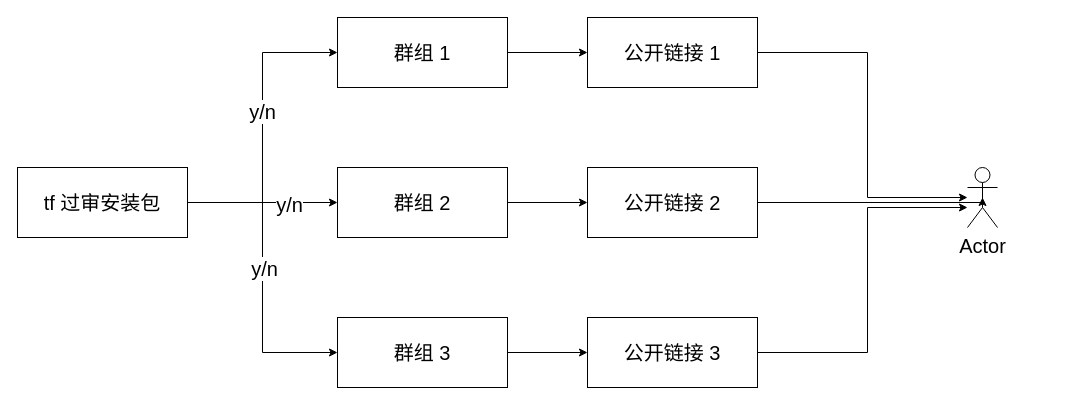
Above: tf.drawio in chutaiyangxiayutian/mone (draw.io), before the change. Source tidied: cells renumbered, new cells numbered last; positions are measured from the earlier drawing's top-left corner, leaving out a move shared by most shapes. Both pictures are drawn from the tidied source at 100%, with x=0, y=0 at pixel (17, 17).
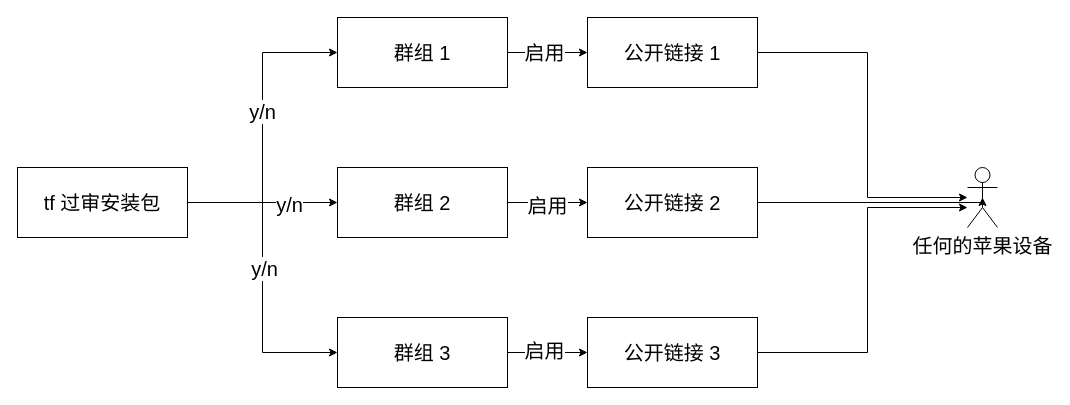
After the change.

The change refers to these unchanged cells:
```xml
<mxCell id="9" style="edgeStyle=orthogonalEdgeStyle;rounded=0;jettySize=auto;html=1;fontSize=20;" parent="1" edge="1" source="10" target="16">
  <mxGeometry relative="1" as="geometry" />
</mxCell>
<mxCell id="11" style="edgeStyle=orthogonalEdgeStyle;rounded=0;jettySize=auto;html=1;fontSize=20;" parent="1" edge="1" source="12" target="18">
  <mxGeometry relative="1" as="geometry" />
</mxCell>
<mxCell id="13" style="edgeStyle=orthogonalEdgeStyle;rounded=0;jettySize=auto;html=1;entryX=0;entryY=0.5;entryDx=0;entryDy=0;fontSize=20;" parent="1" edge="1" source="14" target="20">
  <mxGeometry relative="1" as="geometry" />
</mxCell>
```

Diff of the diagram source:
```diff
@@
+    <mxCell id="22" value="启用" style="edgeLabel;html=1;align=center;verticalAlign=middle;fontSize=20;" parent="9" vertex="1">
+      <mxGeometry x="-0.1" y="1" relative="1" as="geometry" />
+    </mxCell>
@@
+    <mxCell id="23" value="启用" style="edgeLabel;html=1;align=center;verticalAlign=middle;fontSize=20;" parent="11" vertex="1">
+      <mxGeometry x="-0.03" y="-2" relative="1" as="geometry" />
+    </mxCell>
@@
+    <mxCell id="24" value="启用" style="edgeLabel;html=1;align=center;verticalAlign=middle;fontSize=20;" parent="13" vertex="1">
+      <mxGeometry x="-0.1" y="3" relative="1" as="geometry" />
+    </mxCell>
@@
-    <mxCell id="21" value="Actor" style="shape=umlActor;verticalLabelPosition=bottom;verticalAlign=top;html=1;outlineConnect=0;labelBackgroundColor=none;fontSize=20;" parent="1" vertex="1">
+    <mxCell id="21" value="任何的苹果设备" style="shape=umlActor;verticalLabelPosition=bottom;verticalAlign=top;html=1;outlineConnect=0;labelBackgroundColor=none;fontSize=20;" parent="1" vertex="1">
       <mxGeometry x="950" y="150" width="30" height="60" as="geometry" />
     </mxCell>
```
